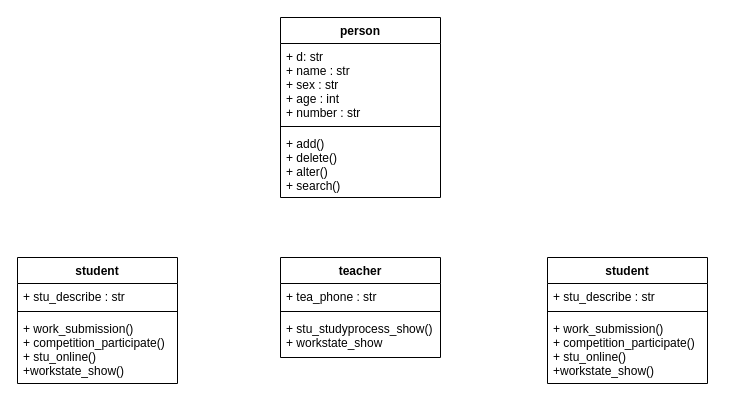
Earlier version of the draw.io diagram 1.drawio (real-hada/competition). Source tidied: cells renumbered, new cells numbered last; positions are measured from the earlier drawing's top-left corner, leaving out a move shared by most shapes. Both pictures are drawn from the tidied source at 100%, with x=0, y=0 at pixel (17, 17).
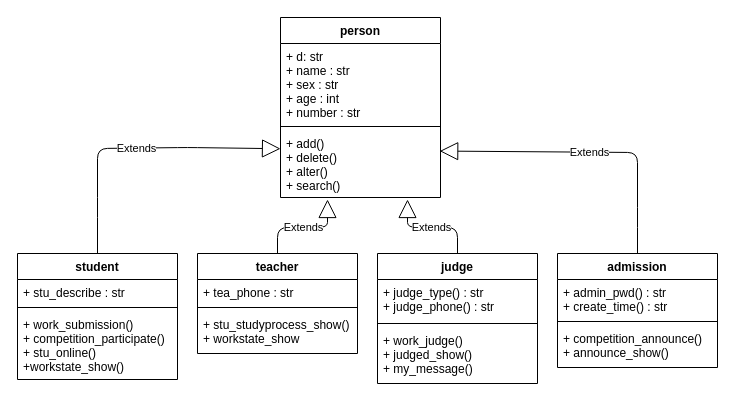
After the change.

Unchanged cells that the change refers to:
```xml
<mxCell id="13" value="+ add()&#10;+ delete()&#10;+ alter()&#10;+ search()" style="text;strokeColor=none;fillColor=none;align=left;verticalAlign=top;spacingLeft=4;spacingRight=4;overflow=hidden;points=[[0,0.5],[1,0.5]];portConstraint=eastwest;" parent="10" vertex="1">
  <mxGeometry y="113" width="160" height="67" as="geometry" />
</mxCell>
```

Diff of the diagram source:
```diff
@@
     <mxCell id="2" value="student" style="swimlane;fontStyle=1;align=center;verticalAlign=top;horizontal=1;startSize=26;" parent="1" vertex="1">
-      <mxGeometry y="240" width="160" height="126" as="geometry" />
+      <mxGeometry y="236" width="160" height="126" as="geometry" />
     </mxCell>
@@
     <mxCell id="6" value="teacher" style="swimlane;fontStyle=1;align=center;verticalAlign=top;horizontal=1;startSize=26;" parent="1" vertex="1">
-      <mxGeometry x="263" y="240" width="160" height="100" as="geometry" />
+      <mxGeometry x="180" y="236" width="160" height="100" as="geometry" />
     </mxCell>
@@
-    <mxCell id="14" value="student" style="swimlane;fontStyle=1;align=center;verticalAlign=top;horizontal=1;startSize=26;" parent="1" vertex="1">
-      <mxGeometry x="530" y="240" width="160" height="126" as="geometry" />
+    <mxCell id="14" value="judge" style="swimlane;fontStyle=1;align=center;verticalAlign=top;horizontal=1;startSize=26;" parent="1" vertex="1">
+      <mxGeometry x="360" y="236" width="160" height="130" as="geometry" />
     </mxCell>
-    <mxCell id="15" value="+ stu_describe : str&#10;" style="text;strokeColor=none;fillColor=none;align=left;verticalAlign=top;spacingLeft=4;spacingRight=4;overflow=hidden;" parent="14" vertex="1">
-      <mxGeometry y="26" width="160" height="24" as="geometry" />
+    <mxCell id="15" value="+ judge_type() : str&#10;+ judge_phone() : str&#10;" style="text;strokeColor=none;fillColor=none;align=left;verticalAlign=top;spacingLeft=4;spacingRight=4;overflow=hidden;" parent="14" vertex="1">
+      <mxGeometry y="26" width="160" height="40" as="geometry" />
     </mxCell>
     <mxCell id="16" style="line;strokeWidth=1;fillColor=none;align=left;verticalAlign=middle;spacingTop=-1;spacingLeft=3;spacingRight=3;labelPosition=right;" parent="14" vertex="1">
-      <mxGeometry y="50" width="160" height="8" as="geometry" />
+      <mxGeometry y="66" width="160" height="8" as="geometry" />
     </mxCell>
-    <mxCell id="17" value="+ work_submission()&#10;+ competition_participate()&#10;+ stu_online()&#10;+workstate_show()" style="text;strokeColor=none;fillColor=none;align=left;verticalAlign=top;spacingLeft=4;spacingRight=4;overflow=hidden;" parent="14" vertex="1">
-      <mxGeometry y="58" width="160" height="68" as="geometry" />
+    <mxCell id="17" value="+ work_judge()&#10;+ judged_show()&#10;+ my_message()" style="text;strokeColor=none;fillColor=none;align=left;verticalAlign=top;spacingLeft=4;spacingRight=4;overflow=hidden;" parent="14" vertex="1">
+      <mxGeometry y="74" width="160" height="56" as="geometry" />
     </mxCell>
+    <mxCell id="18" value="admission" style="swimlane;fontStyle=1;align=center;verticalAlign=top;horizontal=1;startSize=26;" parent="1" vertex="1">
+      <mxGeometry x="540" y="236" width="160" height="114" as="geometry" />
+    </mxCell>
+    <mxCell id="19" value="+ admin_pwd() : str&#10;+ create_time() : str&#10;&#10;" style="text;strokeColor=none;fillColor=none;align=left;verticalAlign=top;spacingLeft=4;spacingRight=4;overflow=hidden;" parent="18" vertex="1">
+      <mxGeometry y="26" width="160" height="38" as="geometry" />
+    </mxCell>
+    <mxCell id="20" style="line;strokeWidth=1;fillColor=none;align=left;verticalAlign=middle;spacingTop=-1;spacingLeft=3;spacingRight=3;labelPosition=right;" parent="18" vertex="1">
+      <mxGeometry y="64" width="160" height="8" as="geometry" />
+    </mxCell>
+    <mxCell id="21" value="+ competition_announce()&#10;+ announce_show()" style="text;strokeColor=none;fillColor=none;align=left;verticalAlign=top;spacingLeft=4;spacingRight=4;overflow=hidden;" parent="18" vertex="1">
+      <mxGeometry y="72" width="160" height="42" as="geometry" />
+    </mxCell>
+    <mxCell id="22" value="Extends" style="endArrow=block;endSize=16;endFill=0;html=1;entryX=0;entryY=0.272;entryDx=0;entryDy=0;entryPerimeter=0;exitX=0.5;exitY=0;exitDx=0;exitDy=0;" parent="1" edge="1" source="2" target="13">
+      <mxGeometry relative="1" as="geometry">
+        <Array as="points">
+          <mxPoint x="80" y="190" />
+          <mxPoint x="80" y="131" />
+          <mxPoint x="170" y="130" />
+        </Array>
+      </mxGeometry>
+    </mxCell>
+    <mxCell id="23" value="Extends" style="endArrow=block;endSize=16;endFill=0;html=1;exitX=0.5;exitY=0;exitDx=0;exitDy=0;" parent="1" edge="1" source="6">
+      <mxGeometry relative="1" as="geometry">
+        <mxPoint x="310" y="182" as="targetPoint" />
+        <Array as="points">
+          <mxPoint x="260" y="210" />
+          <mxPoint x="310" y="210" />
+        </Array>
+      </mxGeometry>
+    </mxCell>
+    <mxCell id="24" value="Extends" style="endArrow=block;endSize=16;endFill=0;html=1;exitX=0.5;exitY=0;exitDx=0;exitDy=0;" parent="1" edge="1">
+      <mxGeometry relative="1" as="geometry">
+        <mxPoint x="440" y="236" as="sourcePoint" />
+        <mxPoint x="390" y="182" as="targetPoint" />
+        <Array as="points">
+          <mxPoint x="440" y="210" />
+          <mxPoint x="390" y="210" />
+        </Array>
+      </mxGeometry>
+    </mxCell>
+    <mxCell id="25" value="Extends" style="endArrow=block;endSize=16;endFill=0;html=1;exitX=0.5;exitY=0;exitDx=0;exitDy=0;entryX=0.995;entryY=0.307;entryDx=0;entryDy=0;entryPerimeter=0;" parent="1" edge="1" source="18" target="13">
+      <mxGeometry relative="1" as="geometry">
+        <Array as="points">
+          <mxPoint x="620" y="200" />
+          <mxPoint x="620" y="135" />
+        </Array>
+      </mxGeometry>
+    </mxCell>
```
